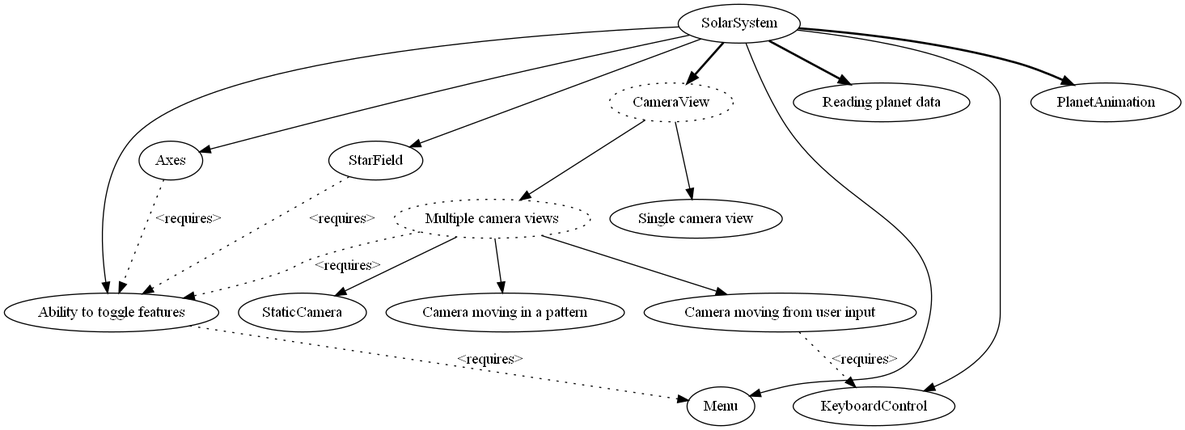
The Graphviz diagram Stage3/feature_model.gv.png in MateiV30/Disertation, before a commit. Its source is kept beside it as Stage3/feature_model.gv.
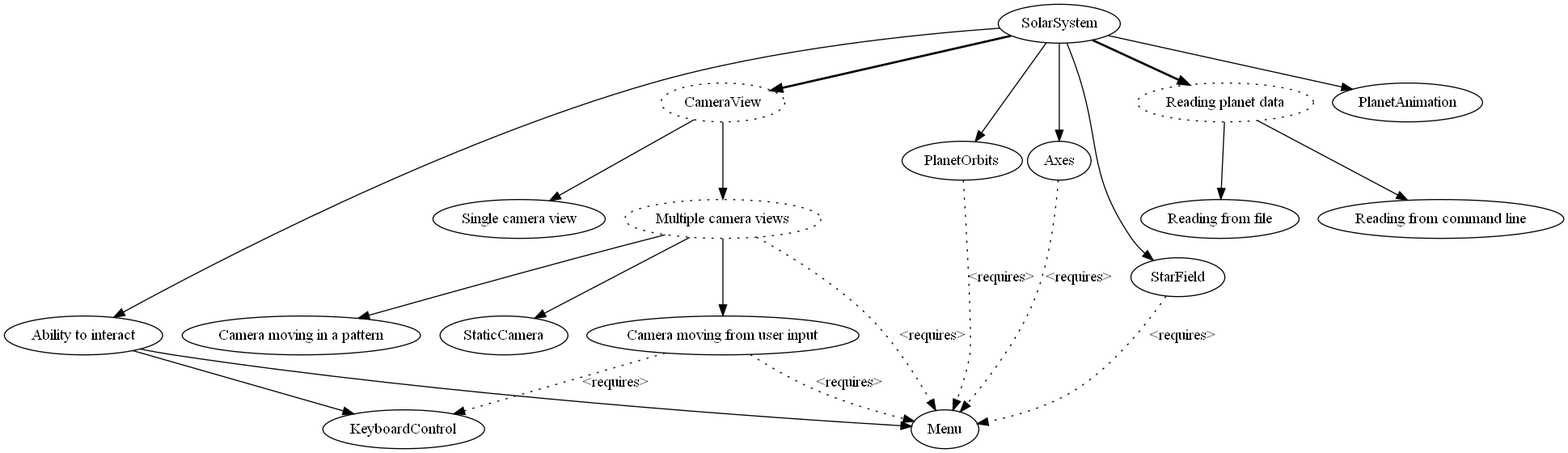
Above is the later version.

Diff of the diagram source:
```diff
@@ -1,27 +1,33 @@
 digraph G{
 CameraView [style=dotted];
-A [label="Reading planet data"];
-B [label="Ability to toggle features"];
+A [label="Reading planet data", style=dotted];
+B [label="Ability to interact"];
 C [label="Single camera view"];
 D [label="Multiple camera views", style=dotted];
 E [label="Camera moving in a pattern"];
 F [label="Camera moving from user input"];
-SolarSystem -> KeyboardControl;
-F -> KeyboardControl [style=dotted, label="<requires>"];
+G [label="Reading from file"];
+H [label="Reading from command line"];
+B -> KeyboardControl;
 SolarSystem -> A [style=bold];
-SolarSystem -> PlanetAnimation [style=bold];
+SolarSystem -> PlanetAnimation;
+SolarSystem -> PlanetOrbits;
 SolarSystem -> CameraView [style=bold];
-SolarSystem -> Menu;
+B -> Menu;
 SolarSystem -> B;
 SolarSystem -> Axes;
 SolarSystem -> StarField;
-B -> Menu [style=dotted, label="<requires>"];
 CameraView -> C;
 CameraView -> D;
-D -> B [style=dotted, label="<requires>"];
+D -> Menu [style=dotted, label="<requires>"];
+PlanetOrbits -> Menu [style=dotted, label="<requires>"];
 D -> StaticCamera;
 D -> E;
 D -> F;
-Axes -> B [style=dotted, label="<requires>"];
-StarField -> B [style=dotted, label="<requires>"];
+F -> KeyboardControl [style=dotted, label="<requires>"];
+F -> Menu [style=dotted, label="<requires>"];
+Axes -> Menu [style=dotted, label="<requires>"];
+StarField -> Menu [style=dotted, label="<requires>"];
+A -> G;
+A -> H;
 }
```
